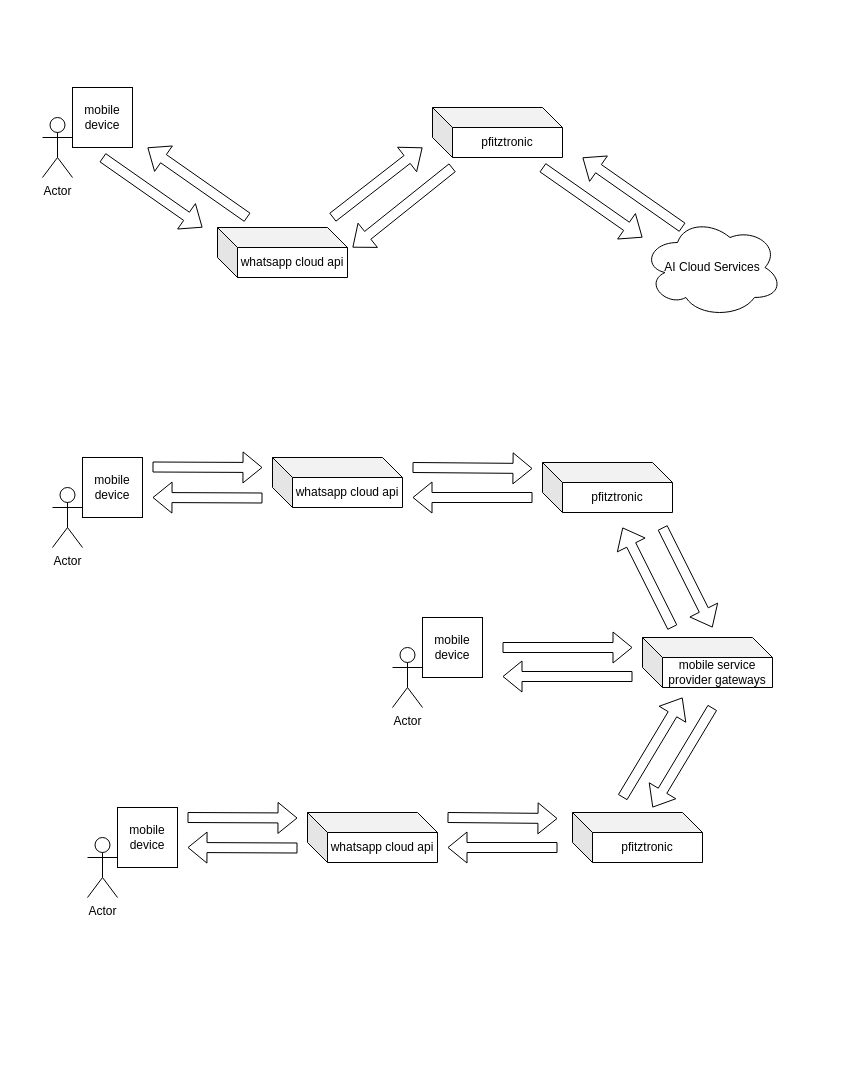
pondem87/draw.io keeps this draw.io diagram as payment-flowchart.drawio. Above is the earlier version. Source tidied: cells renumbered, new cells numbered last; positions are measured from the earlier drawing's top-left corner, leaving out a move shared by most shapes. Both pictures are drawn from the tidied source at 100%, with x=0, y=0 at pixel (42, 87).
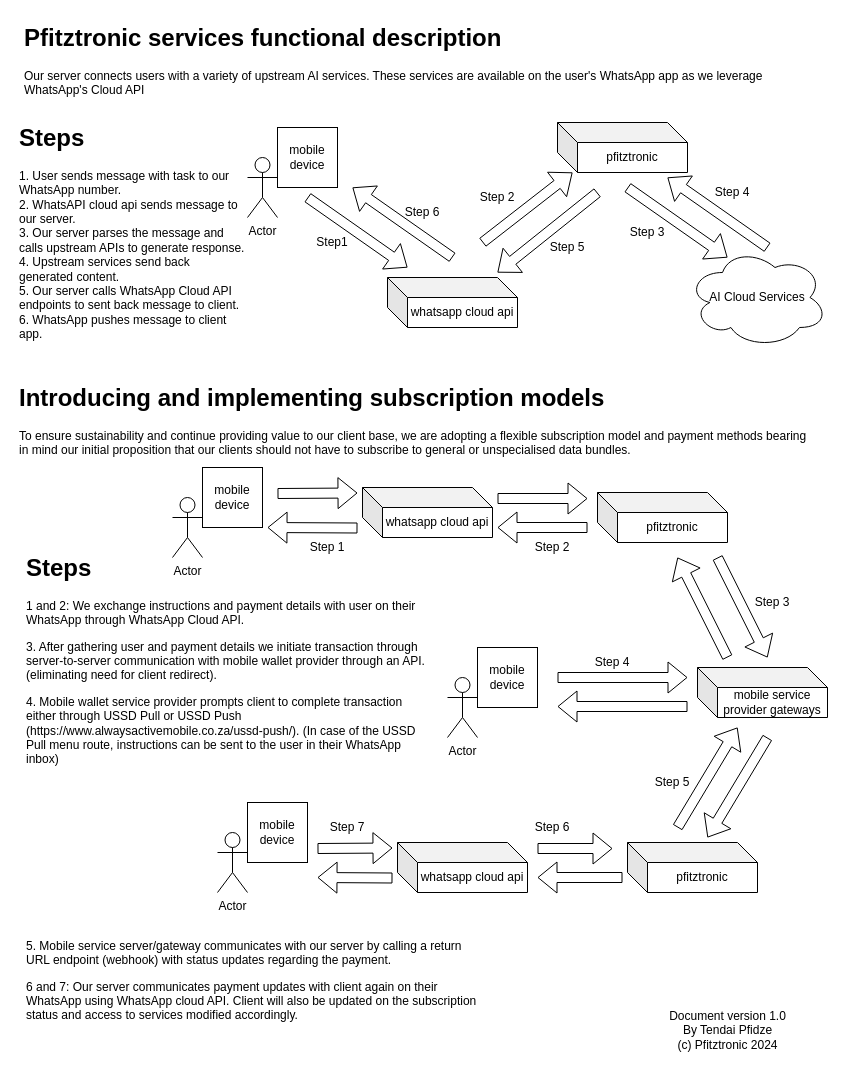
Above is the later version.

What changed in the source:
```diff
@@
     <mxCell id="2" value="Actor" style="shape=umlActor;verticalLabelPosition=bottom;verticalAlign=top;html=1;" parent="1" vertex="1">
-      <mxGeometry y="30" width="30" height="60" as="geometry" />
+      <mxGeometry x="205" y="70" width="30" height="60" as="geometry" />
     </mxCell>
     <mxCell id="3" value="mobile device" style="whiteSpace=wrap;html=1;" parent="1" vertex="1">
-      <mxGeometry x="30" width="60" height="60" as="geometry" />
+      <mxGeometry x="235" y="40" width="60" height="60" as="geometry" />
     </mxCell>
     <mxCell id="4" value="whatsapp cloud api" style="shape=cube;whiteSpace=wrap;html=1;boundedLbl=1;backgroundOutline=1;darkOpacity=0.05;darkOpacity2=0.1;" parent="1" vertex="1">
-      <mxGeometry x="175" y="140" width="130" height="50" as="geometry" />
+      <mxGeometry x="345" y="190" width="130" height="50" as="geometry" />
     </mxCell>
     <mxCell id="5" value="pfitztronic" style="shape=cube;whiteSpace=wrap;html=1;boundedLbl=1;backgroundOutline=1;darkOpacity=0.05;darkOpacity2=0.1;" parent="1" vertex="1">
-      <mxGeometry x="390" y="20" width="130" height="50" as="geometry" />
+      <mxGeometry x="515" y="35" width="130" height="50" as="geometry" />
     </mxCell>
     <mxCell id="6" value="AI Cloud Services" style="ellipse;shape=cloud;whiteSpace=wrap;html=1;" parent="1" vertex="1">
-      <mxGeometry x="600" y="130" width="140" height="100" as="geometry" />
+      <mxGeometry x="645" y="160" width="140" height="100" as="geometry" />
     </mxCell>
     <mxCell id="7" style="shape=flexArrow;endArrow=classic;html=1;rounded=0;" parent="1" edge="1">
       <mxGeometry relative="1" as="geometry">
-        <mxPoint x="60" y="70" as="sourcePoint" />
-        <mxPoint x="160" y="140" as="targetPoint" />
+        <mxPoint x="265" y="110" as="sourcePoint" />
+        <mxPoint x="365" y="180" as="targetPoint" />
       </mxGeometry>
     </mxCell>
     <mxCell id="8" style="shape=flexArrow;endArrow=classic;html=1;rounded=0;" parent="1" edge="1">
       <mxGeometry relative="1" as="geometry">
-        <mxPoint x="205" y="130" as="sourcePoint" />
-        <mxPoint x="105" y="60" as="targetPoint" />
+        <mxPoint x="410" y="170" as="sourcePoint" />
+        <mxPoint x="310" y="100" as="targetPoint" />
       </mxGeometry>
     </mxCell>
     <mxCell id="9" style="shape=flexArrow;endArrow=classic;html=1;rounded=0;" parent="1" edge="1">
       <mxGeometry relative="1" as="geometry">
-        <mxPoint x="290" y="130" as="sourcePoint" />
-        <mxPoint x="380" y="60" as="targetPoint" />
+        <mxPoint x="440" y="155" as="sourcePoint" />
+        <mxPoint x="530" y="85" as="targetPoint" />
       </mxGeometry>
     </mxCell>
     <mxCell id="10" style="shape=flexArrow;endArrow=classic;html=1;rounded=0;entryX=1;entryY=1;entryDx=0;entryDy=0;entryPerimeter=0;" parent="1" edge="1">
       <mxGeometry relative="1" as="geometry">
-        <mxPoint x="410" y="80" as="sourcePoint" />
-        <mxPoint x="310" y="160" as="targetPoint" />
+        <mxPoint x="555" y="105" as="sourcePoint" />
+        <mxPoint x="455" y="185" as="targetPoint" />
       </mxGeometry>
     </mxCell>
     <mxCell id="11" style="shape=flexArrow;endArrow=classic;html=1;rounded=0;" parent="1" edge="1">
       <mxGeometry relative="1" as="geometry">
-        <mxPoint x="640" y="140" as="sourcePoint" />
-        <mxPoint x="540" y="70" as="targetPoint" />
+        <mxPoint x="725" y="160" as="sourcePoint" />
+        <mxPoint x="625" y="90" as="targetPoint" />
       </mxGeometry>
     </mxCell>
     <mxCell id="12" style="shape=flexArrow;endArrow=classic;html=1;rounded=0;" parent="1" edge="1">
       <mxGeometry relative="1" as="geometry">
-        <mxPoint x="500" y="80" as="sourcePoint" />
-        <mxPoint x="600" y="150" as="targetPoint" />
+        <mxPoint x="585" y="100" as="sourcePoint" />
+        <mxPoint x="685" y="170" as="targetPoint" />
       </mxGeometry>
     </mxCell>
     <mxCell id="13" value="Actor" style="shape=umlActor;verticalLabelPosition=bottom;verticalAlign=top;html=1;" parent="1" vertex="1">
-      <mxGeometry x="10" y="400" width="30" height="60" as="geometry" />
+      <mxGeometry x="130" y="410" width="30" height="60" as="geometry" />
     </mxCell>
     <mxCell id="14" value="mobile device" style="whiteSpace=wrap;html=1;" parent="1" vertex="1">
-      <mxGeometry x="40" y="370" width="60" height="60" as="geometry" />
+      <mxGeometry x="160" y="380" width="60" height="60" as="geometry" />
     </mxCell>
     <mxCell id="15" style="shape=flexArrow;endArrow=classic;html=1;rounded=0;" parent="1" edge="1">
       <mxGeometry relative="1" as="geometry">
-        <mxPoint x="110" y="379.5" as="sourcePoint" />
-        <mxPoint x="220" y="380" as="targetPoint" />
+        <mxPoint x="235" y="406" as="sourcePoint" />
+        <mxPoint x="315" y="405.5" as="targetPoint" />
       </mxGeometry>
     </mxCell>
     <mxCell id="16" value="whatsapp cloud api" style="shape=cube;whiteSpace=wrap;html=1;boundedLbl=1;backgroundOutline=1;darkOpacity=0.05;darkOpacity2=0.1;" parent="1" vertex="1">
-      <mxGeometry x="230" y="370" width="130" height="50" as="geometry" />
+      <mxGeometry x="320" y="400" width="130" height="50" as="geometry" />
     </mxCell>
     <mxCell id="17" style="shape=flexArrow;endArrow=classic;html=1;rounded=0;" parent="1" edge="1">
       <mxGeometry relative="1" as="geometry">
-        <mxPoint x="220" y="410.5" as="sourcePoint" />
-        <mxPoint x="110" y="410" as="targetPoint" />
+        <mxPoint x="315" y="440.5" as="sourcePoint" />
+        <mxPoint x="225" y="440" as="targetPoint" />
       </mxGeometry>
     </mxCell>
     <mxCell id="18" style="shape=flexArrow;endArrow=classic;html=1;rounded=0;" parent="1" edge="1">
       <mxGeometry relative="1" as="geometry">
-        <mxPoint x="370" y="380" as="sourcePoint" />
-        <mxPoint x="490" y="381" as="targetPoint" />
+        <mxPoint x="455" y="411" as="sourcePoint" />
+        <mxPoint x="545" y="411" as="targetPoint" />
       </mxGeometry>
     </mxCell>
     <mxCell id="19" style="shape=flexArrow;endArrow=classic;html=1;rounded=0;" parent="1" edge="1">
       <mxGeometry relative="1" as="geometry">
-        <mxPoint x="490" y="410" as="sourcePoint" />
-        <mxPoint x="370" y="410" as="targetPoint" />
+        <mxPoint x="545" y="440" as="sourcePoint" />
+        <mxPoint x="455" y="440" as="targetPoint" />
       </mxGeometry>
     </mxCell>
     <mxCell id="20" value="mobile service provider gateways" style="shape=cube;whiteSpace=wrap;html=1;boundedLbl=1;backgroundOutline=1;darkOpacity=0.05;darkOpacity2=0.1;" parent="1" vertex="1">
-      <mxGeometry x="600" y="550" width="130" height="50" as="geometry" />
+      <mxGeometry x="655" y="580" width="130" height="50" as="geometry" />
     </mxCell>
     <mxCell id="21" value="Actor" style="shape=umlActor;verticalLabelPosition=bottom;verticalAlign=top;html=1;" parent="1" vertex="1">
-      <mxGeometry x="350" y="560" width="30" height="60" as="geometry" />
+      <mxGeometry x="405" y="590" width="30" height="60" as="geometry" />
     </mxCell>
     <mxCell id="22" value="mobile device" style="whiteSpace=wrap;html=1;" parent="1" vertex="1">
-      <mxGeometry x="380" y="530" width="60" height="60" as="geometry" />
+      <mxGeometry x="435" y="560" width="60" height="60" as="geometry" />
     </mxCell>
     <mxCell id="23" style="shape=flexArrow;endArrow=classic;html=1;rounded=0;" parent="1" edge="1">
       <mxGeometry relative="1" as="geometry">
-        <mxPoint x="460" y="560" as="sourcePoint" />
-        <mxPoint x="590" y="560" as="targetPoint" />
+        <mxPoint x="515" y="590" as="sourcePoint" />
+        <mxPoint x="645" y="590" as="targetPoint" />
       </mxGeometry>
     </mxCell>
     <mxCell id="24" style="shape=flexArrow;endArrow=classic;html=1;rounded=0;" parent="1" edge="1">
       <mxGeometry relative="1" as="geometry">
-        <mxPoint x="590" y="589" as="sourcePoint" />
-        <mxPoint x="460" y="589" as="targetPoint" />
+        <mxPoint x="645" y="619" as="sourcePoint" />
+        <mxPoint x="515" y="619" as="targetPoint" />
       </mxGeometry>
     </mxCell>
     <mxCell id="25" style="shape=flexArrow;endArrow=classic;html=1;rounded=0;" parent="1" edge="1">
       <mxGeometry relative="1" as="geometry">
-        <mxPoint x="670" y="620" as="sourcePoint" />
-        <mxPoint x="610" y="720" as="targetPoint" />
+        <mxPoint x="725" y="650" as="sourcePoint" />
+        <mxPoint x="665" y="750" as="targetPoint" />
       </mxGeometry>
     </mxCell>
     <mxCell id="26" value="pfitztronic" style="shape=cube;whiteSpace=wrap;html=1;boundedLbl=1;backgroundOutline=1;darkOpacity=0.05;darkOpacity2=0.1;" parent="1" vertex="1">
-      <mxGeometry x="530" y="725" width="130" height="50" as="geometry" />
+      <mxGeometry x="585" y="755" width="130" height="50" as="geometry" />
     </mxCell>
     <mxCell id="27" value="pfitztronic" style="shape=cube;whiteSpace=wrap;html=1;boundedLbl=1;backgroundOutline=1;darkOpacity=0.05;darkOpacity2=0.1;" parent="1" vertex="1">
-      <mxGeometry x="500" y="375" width="130" height="50" as="geometry" />
+      <mxGeometry x="555" y="405" width="130" height="50" as="geometry" />
     </mxCell>
     <mxCell id="28" style="shape=flexArrow;endArrow=classic;html=1;rounded=0;" parent="1" edge="1">
       <mxGeometry relative="1" as="geometry">
-        <mxPoint x="620" y="440" as="sourcePoint" />
-        <mxPoint x="670" y="540" as="targetPoint" />
+        <mxPoint x="675" y="470" as="sourcePoint" />
+        <mxPoint x="725" y="570" as="targetPoint" />
       </mxGeometry>
     </mxCell>
     <mxCell id="29" style="shape=flexArrow;endArrow=classic;html=1;rounded=0;" parent="1" edge="1">
       <mxGeometry relative="1" as="geometry">
-        <mxPoint x="630" y="540" as="sourcePoint" />
-        <mxPoint x="580" y="440" as="targetPoint" />
+        <mxPoint x="685" y="570" as="sourcePoint" />
+        <mxPoint x="635" y="470" as="targetPoint" />
       </mxGeometry>
     </mxCell>
     <mxCell id="30" style="shape=flexArrow;endArrow=classic;html=1;rounded=0;" parent="1" edge="1">
       <mxGeometry relative="1" as="geometry">
-        <mxPoint x="580" y="710" as="sourcePoint" />
-        <mxPoint x="640" y="610" as="targetPoint" />
+        <mxPoint x="635" y="740" as="sourcePoint" />
+        <mxPoint x="695" y="640" as="targetPoint" />
       </mxGeometry>
     </mxCell>
     <mxCell id="31" value="Actor" style="shape=umlActor;verticalLabelPosition=bottom;verticalAlign=top;html=1;" parent="1" vertex="1">
-      <mxGeometry x="45" y="750" width="30" height="60" as="geometry" />
+      <mxGeometry x="175" y="745" width="30" height="60" as="geometry" />
     </mxCell>
     <mxCell id="32" value="mobile device" style="whiteSpace=wrap;html=1;" parent="1" vertex="1">
-      <mxGeometry x="75" y="720" width="60" height="60" as="geometry" />
+      <mxGeometry x="205" y="715" width="60" height="60" as="geometry" />
     </mxCell>
     <mxCell id="33" style="shape=flexArrow;endArrow=classic;html=1;rounded=0;" parent="1" edge="1">
       <mxGeometry relative="1" as="geometry">
-        <mxPoint x="145" y="730" as="sourcePoint" />
-        <mxPoint x="255" y="730.5" as="targetPoint" />
+        <mxPoint x="275" y="761" as="sourcePoint" />
+        <mxPoint x="350" y="760.5" as="targetPoint" />
       </mxGeometry>
     </mxCell>
     <mxCell id="34" value="whatsapp cloud api" style="shape=cube;whiteSpace=wrap;html=1;boundedLbl=1;backgroundOutline=1;darkOpacity=0.05;darkOpacity2=0.1;" parent="1" vertex="1">
-      <mxGeometry x="265" y="725" width="130" height="50" as="geometry" />
+      <mxGeometry x="355" y="755" width="130" height="50" as="geometry" />
     </mxCell>
     <mxCell id="35" style="shape=flexArrow;endArrow=classic;html=1;rounded=0;" parent="1" edge="1">
       <mxGeometry relative="1" as="geometry">
-        <mxPoint x="255" y="760.5" as="sourcePoint" />
-        <mxPoint x="145" y="760" as="targetPoint" />
+        <mxPoint x="350" y="790.5" as="sourcePoint" />
+        <mxPoint x="275" y="790" as="targetPoint" />
       </mxGeometry>
     </mxCell>
     <mxCell id="36" style="shape=flexArrow;endArrow=classic;html=1;rounded=0;" parent="1" edge="1">
       <mxGeometry relative="1" as="geometry">
-        <mxPoint x="405" y="730" as="sourcePoint" />
-        <mxPoint x="515" y="731" as="targetPoint" />
+        <mxPoint x="495" y="761" as="sourcePoint" />
+        <mxPoint x="570" y="761" as="targetPoint" />
       </mxGeometry>
     </mxCell>
     <mxCell id="37" style="shape=flexArrow;endArrow=classic;html=1;rounded=0;" parent="1" edge="1">
       <mxGeometry relative="1" as="geometry">
-        <mxPoint x="515" y="760" as="sourcePoint" />
-        <mxPoint x="405" y="760" as="targetPoint" />
+        <mxPoint x="580" y="790" as="sourcePoint" />
+        <mxPoint x="495" y="790" as="targetPoint" />
       </mxGeometry>
     </mxCell>
+    <mxCell id="38" value="&lt;h1 style=&quot;margin-top: 0px;&quot;&gt;Pfitztronic services functional description&lt;/h1&gt;&lt;p&gt;Our server connects users with a variety of upstream AI services. These services are available on the user's WhatsApp app as we leverage WhatsApp's Cloud API&lt;/p&gt;" style="text;html=1;whiteSpace=wrap;overflow=hidden;rounded=0;" parent="1" vertex="1">
+      <mxGeometry x="-20" y="-70" width="765" height="90" as="geometry" />
+    </mxCell>
+    <mxCell id="39" value="Step 2" style="text;html=1;align=center;verticalAlign=middle;whiteSpace=wrap;rounded=0;" parent="1" vertex="1">
+      <mxGeometry x="425" y="95" width="60" height="30" as="geometry" />
+    </mxCell>
+    <mxCell id="40" value="Step1" style="text;html=1;align=center;verticalAlign=middle;whiteSpace=wrap;rounded=0;" parent="1" vertex="1">
+      <mxGeometry x="260" y="140" width="60" height="30" as="geometry" />
+    </mxCell>
+    <mxCell id="41" value="Step 3" style="text;html=1;align=center;verticalAlign=middle;whiteSpace=wrap;rounded=0;" parent="1" vertex="1">
+      <mxGeometry x="575" y="130" width="60" height="30" as="geometry" />
+    </mxCell>
+    <mxCell id="42" value="Step 6" style="text;html=1;align=center;verticalAlign=middle;whiteSpace=wrap;rounded=0;" parent="1" vertex="1">
+      <mxGeometry x="350" y="110" width="60" height="30" as="geometry" />
+    </mxCell>
+    <mxCell id="43" value="Step 4" style="text;html=1;align=center;verticalAlign=middle;whiteSpace=wrap;rounded=0;" parent="1" vertex="1">
+      <mxGeometry x="660" y="90" width="60" height="30" as="geometry" />
+    </mxCell>
+    <mxCell id="44" value="Step 5" style="text;html=1;align=center;verticalAlign=middle;whiteSpace=wrap;rounded=0;" parent="1" vertex="1">
+      <mxGeometry x="495" y="145" width="60" height="30" as="geometry" />
+    </mxCell>
+    <mxCell id="45" value="&lt;h1 style=&quot;margin-top: 0px;&quot;&gt;Steps&lt;/h1&gt;&lt;div&gt;1. User sends message with task to our WhatsApp number.&lt;/div&gt;&lt;div&gt;2. WhatsAPI cloud api sends message to our server.&lt;/div&gt;&lt;div&gt;3. Our server parses the message and calls upstream APIs to generate response.&lt;/div&gt;&lt;div&gt;4. Upstream services send back generated content.&lt;/div&gt;&lt;div&gt;5. Our server calls WhatsApp Cloud API endpoints to sent back message to client.&lt;/div&gt;&lt;div&gt;6. WhatsApp pushes message to client app.&lt;/div&gt;" style="text;html=1;whiteSpace=wrap;overflow=hidden;rounded=0;" parent="1" vertex="1">
+      <mxGeometry x="-25" y="30" width="230" height="250" as="geometry" />
+    </mxCell>
+    <mxCell id="46" value="&lt;h1 style=&quot;margin-top: 0px;&quot;&gt;Introducing and implementing subscription models&lt;/h1&gt;&lt;p&gt;To ensure sustainability and continue providing value to our client base, we are adopting a flexible subscription model and payment methods bearing in mind our initial proposition that our clients should not have to subscribe to general or unspecialised data bundles.&lt;/p&gt;" style="text;html=1;whiteSpace=wrap;overflow=hidden;rounded=0;" parent="1" vertex="1">
+      <mxGeometry x="-25" y="290" width="800" height="90" as="geometry" />
+    </mxCell>
+    <mxCell id="47" value="Step 1" style="text;html=1;align=center;verticalAlign=middle;whiteSpace=wrap;rounded=0;" parent="1" vertex="1">
+      <mxGeometry x="255" y="445" width="60" height="30" as="geometry" />
+    </mxCell>
+    <mxCell id="48" value="Step 2" style="text;html=1;align=center;verticalAlign=middle;whiteSpace=wrap;rounded=0;" parent="1" vertex="1">
+      <mxGeometry x="480" y="445" width="60" height="30" as="geometry" />
+    </mxCell>
+    <mxCell id="49" value="Step 3" style="text;html=1;align=center;verticalAlign=middle;whiteSpace=wrap;rounded=0;" parent="1" vertex="1">
+      <mxGeometry x="700" y="500" width="60" height="30" as="geometry" />
+    </mxCell>
+    <mxCell id="50" value="Step 4" style="text;html=1;align=center;verticalAlign=middle;whiteSpace=wrap;rounded=0;" parent="1" vertex="1">
+      <mxGeometry x="540" y="560" width="60" height="30" as="geometry" />
+    </mxCell>
+    <mxCell id="51" value="Step 5" style="text;html=1;align=center;verticalAlign=middle;whiteSpace=wrap;rounded=0;" parent="1" vertex="1">
+      <mxGeometry x="600" y="680" width="60" height="30" as="geometry" />
+    </mxCell>
+    <mxCell id="52" value="Step 6" style="text;html=1;align=center;verticalAlign=middle;whiteSpace=wrap;rounded=0;" parent="1" vertex="1">
+      <mxGeometry x="480" y="725" width="60" height="30" as="geometry" />
+    </mxCell>
+    <mxCell id="53" value="Step 7" style="text;html=1;align=center;verticalAlign=middle;whiteSpace=wrap;rounded=0;" parent="1" vertex="1">
+      <mxGeometry x="275" y="725" width="60" height="30" as="geometry" />
+    </mxCell>
+    <mxCell id="54" value="&lt;h1 style=&quot;margin-top: 0px;&quot;&gt;Steps&lt;/h1&gt;&lt;p&gt;1 and 2: We exchange instructions and payment details with user on their WhatsApp through WhatsApp Cloud API.&lt;/p&gt;&lt;p&gt;3. After gathering user and payment details we initiate transaction through server-to-server communication with mobile wallet provider through an API. (eliminating need for client redirect).&lt;/p&gt;&lt;p&gt;4. Mobile wallet service provider prompts client to complete transaction either through USSD Pull or USSD Push (https://www.alwaysactivemobile.co.za/ussd-push/). (In case of the USSD Pull menu route, instructions can be sent to the user in their WhatsApp inbox)&lt;/p&gt;" style="text;html=1;whiteSpace=wrap;overflow=hidden;rounded=0;" parent="1" vertex="1">
+      <mxGeometry x="-18" y="460" width="405" height="235" as="geometry" />
+    </mxCell>
+    <mxCell id="55" value="&lt;h1 style=&quot;margin-top: 0px;&quot;&gt;&lt;br&gt;&lt;/h1&gt;&lt;p&gt;5. Mobile service server/gateway communicates with our server by calling a return URL endpoint (webhook) with status updates regarding the payment.&lt;/p&gt;&lt;p&gt;6 and 7: Our server communicates payment updates with client again on their WhatsApp using WhatsApp cloud API. Client will also be updated on the subscription status and access to services modified accordingly.&lt;/p&gt;" style="text;html=1;whiteSpace=wrap;overflow=hidden;rounded=0;" parent="1" vertex="1">
+      <mxGeometry x="-18" y="800" width="463" height="150" as="geometry" />
+    </mxCell>
+    <mxCell id="56" value="Document version 1.0&lt;div&gt;By Tendai Pfidze&lt;/div&gt;&lt;div&gt;(c) Pfitztronic 2024&lt;/div&gt;" style="text;html=1;align=center;verticalAlign=middle;strokeColor=none;fillColor=none;" parent="1" vertex="1">
+      <mxGeometry x="615" y="913" width="140" height="60" as="geometry" />
+    </mxCell>
```
